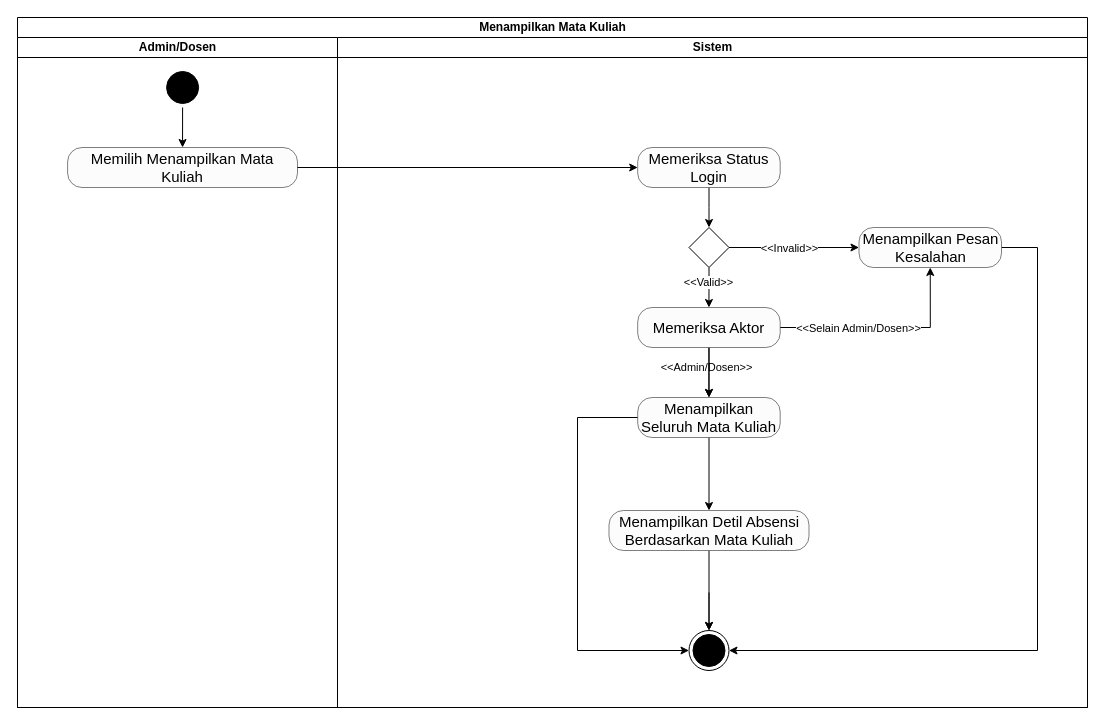
Above: page "Menampilkan Mata Kuliah" (2 of 6) of activity-diagram/mengelola-mata-kuliah.drawio in ziancarlos/sistem-absensi-uph (draw.io), before the change. Source tidied: cells renumbered, new cells numbered last; positions are measured from the earlier drawing's top-left corner, leaving out a move shared by most shapes. Both pictures are drawn from the tidied source at 100%, with x=0, y=0 at pixel (17, 17).
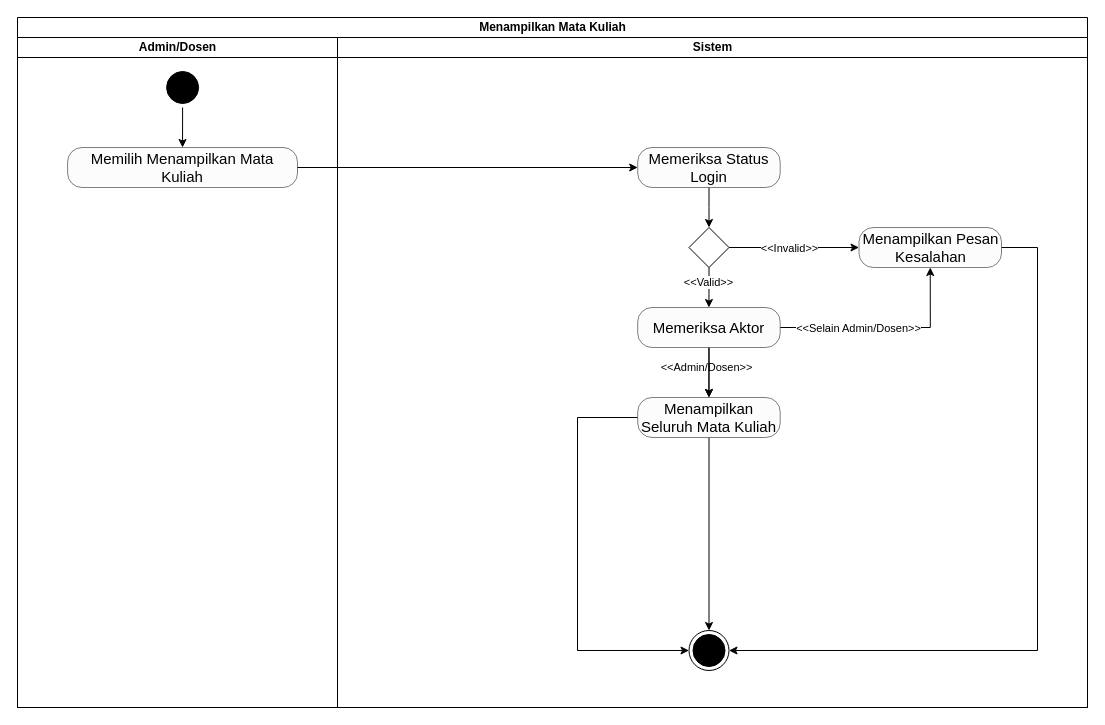
Above is the later version.

The change refers to these unchanged cells:
```xml
<mxCell id="8" value="Sistem" style="swimlane;startSize=20;html=1;" parent="2" vertex="1">
  <mxGeometry x="320" y="20" width="750" height="670" as="geometry" />
</mxCell>
<mxCell id="25" value="Menampilkan Seluruh Mata Kuliah" style="rounded=1;whiteSpace=wrap;html=1;fillColor=#FCFCFC;arcSize=36;strokeWidth=0.5;fontSize=15;" parent="8" vertex="1">
  <mxGeometry x="300.2" y="360" width="142.5" height="40" as="geometry" />
</mxCell>
<mxCell id="29" style="ellipse;html=1;shape=endState;fillColor=#000000;strokeColor=#000000;" parent="8" vertex="1">
  <mxGeometry x="351.5" y="593" width="40" height="40" as="geometry" />
</mxCell>
```

The edit, as a diff of the source:
```diff
@@
-    <mxCell id="24" style="edgeStyle=orthogonalEdgeStyle;rounded=0;jettySize=auto;html=1;entryX=0.5;entryY=0;entryDx=0;entryDy=0;" parent="8" edge="1" source="25" target="27">
+    <mxCell id="24" style="edgeStyle=orthogonalEdgeStyle;rounded=0;jettySize=auto;html=1;entryX=0.5;entryY=0;entryDx=0;entryDy=0;" parent="8" edge="1" source="25" target="29">
       <mxGeometry relative="1" as="geometry" />
     </mxCell>
@@
-    <mxCell id="26" style="edgeStyle=orthogonalEdgeStyle;rounded=0;jettySize=auto;html=1;" parent="8" edge="1" source="27" target="29">
-      <mxGeometry relative="1" as="geometry" />
-    </mxCell>
-    <mxCell id="27" value="Menampilkan Detil Absensi Berdasarkan Mata Kuliah" style="rounded=1;whiteSpace=wrap;html=1;fillColor=#FCFCFC;arcSize=36;strokeWidth=0.5;fontSize=15;" parent="8" vertex="1">
-      <mxGeometry x="271.5" y="473" width="200" height="40" as="geometry" />
-    </mxCell>
-    <mxCell id="28" style="edgeStyle=orthogonalEdgeStyle;rounded=0;jettySize=auto;html=1;entryX=0.5;entryY=0;entryDx=0;entryDy=0;" parent="8" edge="1" target="29">
-      <mxGeometry relative="1" as="geometry">
-        <mxPoint x="371.5" y="555" as="sourcePoint" />
-      </mxGeometry>
-    </mxCell>
```
